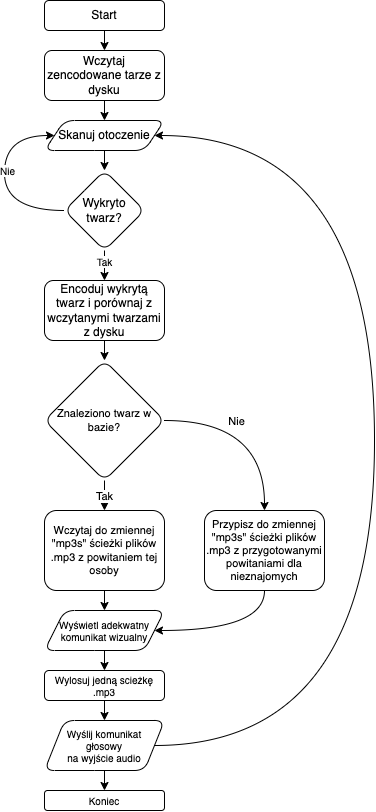
This is imgs/png/glowny.drawio.png from Cooookiez/UWr-Praca-inzynierska-pisana, a draw.io export, as it was before one commit. Source tidied: cells renumbered, new cells last; positions are measured from the earlier drawing's top-left corner, leaving out a move shared by most shapes. Source of this version:
```xml
<mxGraphModel>
  <root>
    <mxCell id="0" />
    <mxCell id="1" parent="0" />
    <mxCell id="2" style="edgeStyle=orthogonalEdgeStyle;shape=connector;curved=1;jettySize=auto;html=1;exitX=0.5;exitY=1;exitDx=0;exitDy=0;entryX=0.5;entryY=0;entryDx=0;entryDy=0;labelBackgroundColor=default;fontFamily=Helvetica;fontSize=10;fontColor=default;endArrow=classic;strokeColor=default;" parent="1" edge="1" source="3" target="5">
      <mxGeometry relative="1" as="geometry" />
    </mxCell>
    <mxCell id="3" value="Start" style="rounded=1;whiteSpace=wrap;html=1;" parent="1" vertex="1">
      <mxGeometry x="40" width="120" height="30" as="geometry" />
    </mxCell>
    <mxCell id="4" style="edgeStyle=orthogonalEdgeStyle;shape=connector;curved=1;jettySize=auto;html=1;exitX=0.5;exitY=1;exitDx=0;exitDy=0;entryX=0.5;entryY=0;entryDx=0;entryDy=0;labelBackgroundColor=default;fontFamily=Helvetica;fontSize=10;fontColor=default;endArrow=classic;strokeColor=default;" parent="1" edge="1" source="5" target="7">
      <mxGeometry relative="1" as="geometry" />
    </mxCell>
    <mxCell id="5" value="Wczytaj zencodowane tarze z dysku" style="rounded=1;whiteSpace=wrap;html=1;" parent="1" vertex="1">
      <mxGeometry x="40" y="50" width="120" height="50" as="geometry" />
    </mxCell>
    <mxCell id="6" style="edgeStyle=orthogonalEdgeStyle;shape=connector;curved=1;rounded=1;jettySize=auto;html=1;labelBackgroundColor=default;fontFamily=Helvetica;fontSize=11;fontColor=default;endArrow=classic;strokeColor=default;" parent="1" edge="1" source="7" target="12">
      <mxGeometry relative="1" as="geometry" />
    </mxCell>
    <mxCell id="7" value="Skanuj otoczenie" style="shape=parallelogram;perimeter=parallelogramPerimeter;whiteSpace=wrap;html=1;fixedSize=1;rounded=1;" parent="1" vertex="1">
      <mxGeometry x="40" y="120" width="120" height="30" as="geometry" />
    </mxCell>
    <mxCell id="8" style="edgeStyle=orthogonalEdgeStyle;shape=connector;curved=1;jettySize=auto;html=1;labelBackgroundColor=default;fontFamily=Helvetica;fontSize=11;fontColor=default;endArrow=classic;strokeColor=default;" parent="1" edge="1" source="12" target="14">
      <mxGeometry relative="1" as="geometry" />
    </mxCell>
    <mxCell id="9" value="Tak" style="edgeLabel;html=1;align=center;verticalAlign=middle;fontSize=10;fontFamily=Helvetica;fontColor=default;" parent="8" vertex="1">
      <mxGeometry x="0.22" y="-1" relative="1" as="geometry" />
    </mxCell>
    <mxCell id="10" style="edgeStyle=orthogonalEdgeStyle;shape=connector;curved=1;jettySize=auto;html=1;entryX=0;entryY=0.5;entryDx=0;entryDy=0;labelBackgroundColor=default;fontFamily=Helvetica;fontSize=10;fontColor=default;endArrow=classic;strokeColor=default;exitX=0;exitY=0.5;exitDx=0;exitDy=0;" parent="1" edge="1" source="12" target="7">
      <mxGeometry relative="1" as="geometry">
        <Array as="points">
          <mxPoint y="210" />
          <mxPoint y="135" />
        </Array>
      </mxGeometry>
    </mxCell>
    <mxCell id="11" value="Nie" style="edgeLabel;html=1;align=center;verticalAlign=middle;fontSize=10;fontFamily=Helvetica;fontColor=default;" parent="10" vertex="1">
      <mxGeometry x="0.1" y="-2" relative="1" as="geometry">
        <mxPoint y="1" as="offset" />
      </mxGeometry>
    </mxCell>
    <mxCell id="12" value="Wykryto twarz?" style="rhombus;whiteSpace=wrap;html=1;rounded=1;" parent="1" vertex="1">
      <mxGeometry x="60" y="170" width="80" height="80" as="geometry" />
    </mxCell>
    <mxCell id="13" style="edgeStyle=orthogonalEdgeStyle;shape=connector;curved=1;jettySize=auto;html=1;entryX=0.5;entryY=0;entryDx=0;entryDy=0;labelBackgroundColor=default;fontFamily=Helvetica;fontSize=10;fontColor=default;endArrow=classic;strokeColor=default;" parent="1" edge="1" source="14" target="19">
      <mxGeometry relative="1" as="geometry" />
    </mxCell>
    <mxCell id="14" value="Encoduj wykrytą twarz i porównaj z wczytanymi twarzami z dysku" style="whiteSpace=wrap;html=1;rounded=1;" parent="1" vertex="1">
      <mxGeometry x="40" y="280" width="120" height="60" as="geometry" />
    </mxCell>
    <mxCell id="15" style="edgeStyle=orthogonalEdgeStyle;shape=connector;curved=1;jettySize=auto;html=1;labelBackgroundColor=default;fontFamily=Helvetica;fontSize=11;fontColor=default;endArrow=classic;strokeColor=default;" parent="1" edge="1" source="19" target="21">
      <mxGeometry relative="1" as="geometry" />
    </mxCell>
    <mxCell id="16" value="Tak" style="edgeLabel;html=1;align=center;verticalAlign=middle;fontSize=11;fontFamily=Helvetica;fontColor=default;" parent="15" vertex="1">
      <mxGeometry x="-0.05" y="1" relative="1" as="geometry">
        <mxPoint y="-1" as="offset" />
      </mxGeometry>
    </mxCell>
    <mxCell id="17" style="edgeStyle=orthogonalEdgeStyle;shape=connector;curved=1;jettySize=auto;html=1;labelBackgroundColor=default;fontFamily=Helvetica;fontSize=11;fontColor=default;endArrow=classic;strokeColor=default;" parent="1" edge="1" source="19" target="23">
      <mxGeometry relative="1" as="geometry" />
    </mxCell>
    <mxCell id="18" value="Nie" style="edgeLabel;html=1;align=center;verticalAlign=middle;fontSize=11;fontFamily=Helvetica;fontColor=default;" parent="17" vertex="1">
      <mxGeometry x="-0.18" y="-1" relative="1" as="geometry">
        <mxPoint x="-6" y="-1" as="offset" />
      </mxGeometry>
    </mxCell>
    <mxCell id="19" value="Znaleziono twarz w bazie?" style="rhombus;whiteSpace=wrap;html=1;rounded=1;fontSize=11;verticalAlign=middle;" parent="1" vertex="1">
      <mxGeometry x="40" y="360" width="120" height="120" as="geometry" />
    </mxCell>
    <mxCell id="20" style="edgeStyle=orthogonalEdgeStyle;shape=connector;curved=1;jettySize=auto;html=1;labelBackgroundColor=default;fontFamily=Helvetica;fontSize=11;fontColor=default;endArrow=classic;strokeColor=default;" parent="1" edge="1" source="21" target="25">
      <mxGeometry relative="1" as="geometry" />
    </mxCell>
    <mxCell id="21" value="Wczytaj do zmiennej &quot;mp3s&quot; ścieżki plików .mp3 z powitaniem tej osoby" style="whiteSpace=wrap;html=1;fontSize=11;rounded=1;" parent="1" vertex="1">
      <mxGeometry x="40" y="510" width="120" height="80" as="geometry" />
    </mxCell>
    <mxCell id="22" style="edgeStyle=orthogonalEdgeStyle;shape=connector;curved=1;jettySize=auto;html=1;labelBackgroundColor=default;fontFamily=Helvetica;fontSize=10;fontColor=default;endArrow=classic;strokeColor=default;entryX=1;entryY=0.5;entryDx=0;entryDy=0;" parent="1" edge="1" source="23" target="25">
      <mxGeometry relative="1" as="geometry">
        <Array as="points">
          <mxPoint x="260" y="630" />
        </Array>
      </mxGeometry>
    </mxCell>
    <mxCell id="23" value="&lt;span style=&quot;&quot;&gt;Przypisz do zmiennej &quot;mp3s&quot; ścieżki plików .mp3 z przygotowanymi&lt;br&gt;powitaniami dla nieznajomych&lt;/span&gt;" style="whiteSpace=wrap;html=1;fontSize=11;rounded=1;" parent="1" vertex="1">
      <mxGeometry x="200" y="510" width="120" height="80" as="geometry" />
    </mxCell>
    <mxCell id="24" style="edgeStyle=orthogonalEdgeStyle;shape=connector;curved=1;jettySize=auto;html=1;exitX=0.5;exitY=1;exitDx=0;exitDy=0;entryX=0.5;entryY=0;entryDx=0;entryDy=0;labelBackgroundColor=default;fontFamily=Helvetica;fontSize=10;fontColor=default;endArrow=classic;strokeColor=default;" parent="1" edge="1" source="25" target="27">
      <mxGeometry relative="1" as="geometry" />
    </mxCell>
    <mxCell id="25" value="Wyświetl adekwatny komunikat wizualny" style="shape=parallelogram;perimeter=parallelogramPerimeter;whiteSpace=wrap;html=1;fixedSize=1;fontSize=10;rounded=1;horizontal=1;" parent="1" vertex="1">
      <mxGeometry x="40" y="610" width="120" height="40" as="geometry" />
    </mxCell>
    <mxCell id="26" style="edgeStyle=orthogonalEdgeStyle;shape=connector;curved=1;jettySize=auto;html=1;labelBackgroundColor=default;fontFamily=Helvetica;fontSize=10;fontColor=default;endArrow=classic;strokeColor=default;" parent="1" edge="1" source="27" target="30">
      <mxGeometry relative="1" as="geometry" />
    </mxCell>
    <mxCell id="27" value="Wylosuj jedną scieżkę .mp3" style="rounded=1;whiteSpace=wrap;html=1;fontFamily=Helvetica;fontSize=10;fontColor=default;" parent="1" vertex="1">
      <mxGeometry x="40" y="670" width="120" height="30" as="geometry" />
    </mxCell>
    <mxCell id="28" style="edgeStyle=orthogonalEdgeStyle;shape=connector;curved=1;jettySize=auto;html=1;labelBackgroundColor=default;fontFamily=Helvetica;fontSize=10;fontColor=default;endArrow=classic;strokeColor=default;" parent="1" edge="1" source="30" target="31">
      <mxGeometry relative="1" as="geometry" />
    </mxCell>
    <mxCell id="29" style="edgeStyle=orthogonalEdgeStyle;shape=connector;curved=1;jettySize=auto;html=1;labelBackgroundColor=default;fontFamily=Helvetica;fontSize=10;fontColor=default;endArrow=classic;strokeColor=default;entryX=1;entryY=0.5;entryDx=0;entryDy=0;exitX=1;exitY=0.5;exitDx=0;exitDy=0;" parent="1" edge="1" source="30" target="7">
      <mxGeometry relative="1" as="geometry">
        <Array as="points">
          <mxPoint x="370" y="745" />
          <mxPoint x="370" y="135" />
        </Array>
      </mxGeometry>
    </mxCell>
    <mxCell id="30" value="Wyślij komunikat&lt;br&gt;głosowy&lt;br&gt;na wyjście audio" style="shape=parallelogram;perimeter=parallelogramPerimeter;whiteSpace=wrap;html=1;fixedSize=1;fontSize=10;rounded=1;" parent="1" vertex="1">
      <mxGeometry x="40" y="720" width="120" height="50" as="geometry" />
    </mxCell>
    <mxCell id="31" value="Koniec" style="whiteSpace=wrap;html=1;fontSize=10;rounded=1;" parent="1" vertex="1">
      <mxGeometry x="40" y="790" width="120" height="20" as="geometry" />
    </mxCell>
  </root>
</mxGraphModel>
```
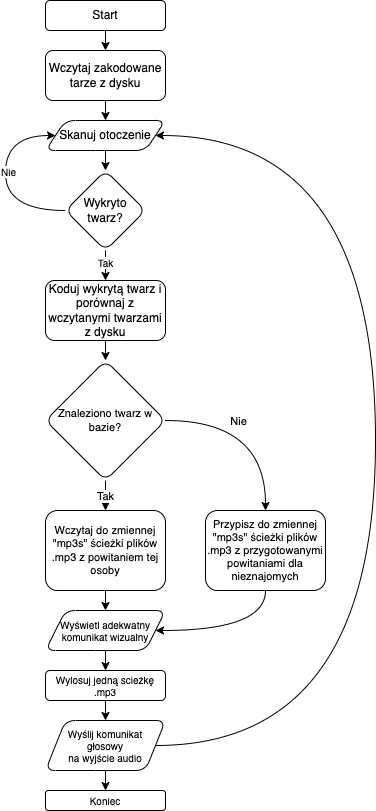
After the commit.

Commit message:
enccode w schemacie blokowym

What changed in the source:
```diff
@@ -11,7 +11,7 @@
     <mxCell id="4" style="edgeStyle=orthogonalEdgeStyle;shape=connector;curved=1;jettySize=auto;html=1;exitX=0.5;exitY=1;exitDx=0;exitDy=0;entryX=0.5;entryY=0;entryDx=0;entryDy=0;labelBackgroundColor=default;fontFamily=Helvetica;fontSize=10;fontColor=default;endArrow=classic;strokeColor=default;" parent="1" edge="1" source="5" target="7">
       <mxGeometry relative="1" as="geometry" />
     </mxCell>
-    <mxCell id="5" value="Wczytaj zencodowane tarze z dysku" style="rounded=1;whiteSpace=wrap;html=1;" parent="1" vertex="1">
+    <mxCell id="5" value="Wczytaj zakodowane tarze z dysku" style="rounded=1;whiteSpace=wrap;html=1;" parent="1" vertex="1">
       <mxGeometry x="40" y="50" width="120" height="50" as="geometry" />
     </mxCell>
     <mxCell id="6" style="edgeStyle=orthogonalEdgeStyle;shape=connector;curved=1;rounded=1;jettySize=auto;html=1;labelBackgroundColor=default;fontFamily=Helvetica;fontSize=11;fontColor=default;endArrow=classic;strokeColor=default;" parent="1" edge="1" source="7" target="12">
@@ -45,7 +45,7 @@
     <mxCell id="13" style="edgeStyle=orthogonalEdgeStyle;shape=connector;curved=1;jettySize=auto;html=1;entryX=0.5;entryY=0;entryDx=0;entryDy=0;labelBackgroundColor=default;fontFamily=Helvetica;fontSize=10;fontColor=default;endArrow=classic;strokeColor=default;" parent="1" edge="1" source="14" target="19">
       <mxGeometry relative="1" as="geometry" />
     </mxCell>
-    <mxCell id="14" value="Encoduj wykrytą twarz i porównaj z wczytanymi twarzami z dysku" style="whiteSpace=wrap;html=1;rounded=1;" parent="1" vertex="1">
+    <mxCell id="14" value="Koduj wykrytą twarz i porównaj z wczytanymi twarzami z dysku" style="whiteSpace=wrap;html=1;rounded=1;" parent="1" vertex="1">
       <mxGeometry x="40" y="280" width="120" height="60" as="geometry" />
     </mxCell>
     <mxCell id="15" style="edgeStyle=orthogonalEdgeStyle;shape=connector;curved=1;jettySize=auto;html=1;labelBackgroundColor=default;fontFamily=Helvetica;fontSize=11;fontColor=default;endArrow=classic;strokeColor=default;" parent="1" edge="1" source="19" target="21">
```
